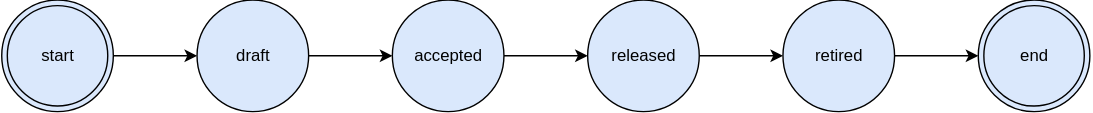
This is docs/assets/images/architecture/life-cycle-model-version.drawio.svg from Netbeheer-Nederland/data-products, a draw.io export, as it was before one commit. Source tidied: cells renumbered, new cells last; positions are measured from the earlier drawing's top-left corner, leaving out a move shared by most shapes. Its diagram source:
```xml
<mxGraphModel>
  <root>
    <mxCell id="0" />
    <mxCell id="1" parent="0" />
    <mxCell id="2" style="edgeStyle=orthogonalEdgeStyle;rounded=0;jettySize=auto;html=1;fillColor=#dae8fc;strokeColor=#000000;" parent="1" edge="1" source="3" target="6">
      <mxGeometry relative="1" as="geometry" />
    </mxCell>
    <mxCell id="3" value="start" style="ellipse;shape=doubleEllipse;whiteSpace=wrap;html=1;fillColor=#dae8fc;strokeColor=#000000;" parent="1" vertex="1">
      <mxGeometry width="80" height="80" as="geometry" />
    </mxCell>
    <mxCell id="4" value="end" style="ellipse;shape=doubleEllipse;whiteSpace=wrap;html=1;fillColor=#dae8fc;strokeColor=#000000;" parent="1" vertex="1">
      <mxGeometry x="700" width="80" height="80" as="geometry" />
    </mxCell>
    <mxCell id="5" style="edgeStyle=orthogonalEdgeStyle;rounded=0;jettySize=auto;html=1;fillColor=#dae8fc;strokeColor=#000000;" parent="1" edge="1" source="6" target="8">
      <mxGeometry relative="1" as="geometry" />
    </mxCell>
    <mxCell id="6" value="draft" style="ellipse;whiteSpace=wrap;html=1;fillColor=#dae8fc;strokeColor=#000000;" parent="1" vertex="1">
      <mxGeometry x="140" width="80" height="80" as="geometry" />
    </mxCell>
    <mxCell id="7" style="edgeStyle=orthogonalEdgeStyle;rounded=0;jettySize=auto;html=1;" parent="1" edge="1" source="8" target="10">
      <mxGeometry relative="1" as="geometry" />
    </mxCell>
    <mxCell id="8" value="accepted" style="ellipse;whiteSpace=wrap;html=1;fillColor=#dae8fc;strokeColor=#000000;" parent="1" vertex="1">
      <mxGeometry x="280" width="80" height="80" as="geometry" />
    </mxCell>
    <mxCell id="9" style="edgeStyle=orthogonalEdgeStyle;rounded=0;jettySize=auto;html=1;" parent="1" edge="1" source="10" target="12">
      <mxGeometry relative="1" as="geometry" />
    </mxCell>
    <mxCell id="10" value="released" style="ellipse;whiteSpace=wrap;html=1;fillColor=#dae8fc;strokeColor=#000000;" parent="1" vertex="1">
      <mxGeometry x="420" width="80" height="80" as="geometry" />
    </mxCell>
    <mxCell id="11" style="edgeStyle=orthogonalEdgeStyle;rounded=0;jettySize=auto;html=1;" parent="1" edge="1" source="12" target="4">
      <mxGeometry relative="1" as="geometry" />
    </mxCell>
    <mxCell id="12" value="retired" style="ellipse;whiteSpace=wrap;html=1;fillColor=#dae8fc;strokeColor=#000000;" parent="1" vertex="1">
      <mxGeometry x="560" width="80" height="80" as="geometry" />
    </mxCell>
  </root>
</mxGraphModel>
```
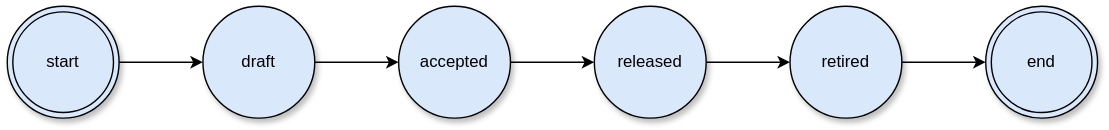
After the change.

Change to the diagram source:
```diff
@@ -2,37 +2,37 @@
   <root>
     <mxCell id="0" />
     <mxCell id="1" parent="0" />
-    <mxCell id="2" style="edgeStyle=orthogonalEdgeStyle;rounded=0;jettySize=auto;html=1;fillColor=#dae8fc;strokeColor=#000000;" parent="1" edge="1" source="3" target="6">
+    <mxCell id="2" style="edgeStyle=orthogonalEdgeStyle;rounded=0;jettySize=auto;html=1;fillColor=#dae8fc;strokeColor=#000000;shadow=0;" parent="1" edge="1" source="3" target="6">
       <mxGeometry relative="1" as="geometry" />
     </mxCell>
-    <mxCell id="3" value="start" style="ellipse;shape=doubleEllipse;whiteSpace=wrap;html=1;fillColor=#dae8fc;strokeColor=#000000;" parent="1" vertex="1">
+    <mxCell id="3" value="start" style="ellipse;shape=doubleEllipse;whiteSpace=wrap;html=1;fillColor=#dae8fc;strokeColor=#000000;shadow=1;" parent="1" vertex="1">
       <mxGeometry width="80" height="80" as="geometry" />
     </mxCell>
-    <mxCell id="4" value="end" style="ellipse;shape=doubleEllipse;whiteSpace=wrap;html=1;fillColor=#dae8fc;strokeColor=#000000;" parent="1" vertex="1">
+    <mxCell id="4" value="end" style="ellipse;shape=doubleEllipse;whiteSpace=wrap;html=1;fillColor=#dae8fc;strokeColor=#000000;shadow=1;" parent="1" vertex="1">
       <mxGeometry x="700" width="80" height="80" as="geometry" />
     </mxCell>
-    <mxCell id="5" style="edgeStyle=orthogonalEdgeStyle;rounded=0;jettySize=auto;html=1;fillColor=#dae8fc;strokeColor=#000000;" parent="1" edge="1" source="6" target="8">
+    <mxCell id="5" style="edgeStyle=orthogonalEdgeStyle;rounded=0;jettySize=auto;html=1;fillColor=#dae8fc;strokeColor=#000000;shadow=0;" parent="1" edge="1" source="6" target="8">
       <mxGeometry relative="1" as="geometry" />
     </mxCell>
-    <mxCell id="6" value="draft" style="ellipse;whiteSpace=wrap;html=1;fillColor=#dae8fc;strokeColor=#000000;" parent="1" vertex="1">
+    <mxCell id="6" value="draft" style="ellipse;whiteSpace=wrap;html=1;fillColor=#dae8fc;strokeColor=#000000;shadow=1;" parent="1" vertex="1">
       <mxGeometry x="140" width="80" height="80" as="geometry" />
     </mxCell>
-    <mxCell id="7" style="edgeStyle=orthogonalEdgeStyle;rounded=0;jettySize=auto;html=1;" parent="1" edge="1" source="8" target="10">
+    <mxCell id="7" style="edgeStyle=orthogonalEdgeStyle;rounded=0;jettySize=auto;html=1;shadow=0;" parent="1" edge="1" source="8" target="10">
       <mxGeometry relative="1" as="geometry" />
     </mxCell>
-    <mxCell id="8" value="accepted" style="ellipse;whiteSpace=wrap;html=1;fillColor=#dae8fc;strokeColor=#000000;" parent="1" vertex="1">
+    <mxCell id="8" value="accepted" style="ellipse;whiteSpace=wrap;html=1;fillColor=#dae8fc;strokeColor=#000000;shadow=1;" parent="1" vertex="1">
       <mxGeometry x="280" width="80" height="80" as="geometry" />
     </mxCell>
-    <mxCell id="9" style="edgeStyle=orthogonalEdgeStyle;rounded=0;jettySize=auto;html=1;" parent="1" edge="1" source="10" target="12">
+    <mxCell id="9" style="edgeStyle=orthogonalEdgeStyle;rounded=0;jettySize=auto;html=1;shadow=0;" parent="1" edge="1" source="10" target="12">
       <mxGeometry relative="1" as="geometry" />
     </mxCell>
-    <mxCell id="10" value="released" style="ellipse;whiteSpace=wrap;html=1;fillColor=#dae8fc;strokeColor=#000000;" parent="1" vertex="1">
+    <mxCell id="10" value="released" style="ellipse;whiteSpace=wrap;html=1;fillColor=#dae8fc;strokeColor=#000000;shadow=1;" parent="1" vertex="1">
       <mxGeometry x="420" width="80" height="80" as="geometry" />
     </mxCell>
-    <mxCell id="11" style="edgeStyle=orthogonalEdgeStyle;rounded=0;jettySize=auto;html=1;" parent="1" edge="1" source="12" target="4">
+    <mxCell id="11" style="edgeStyle=orthogonalEdgeStyle;rounded=0;jettySize=auto;html=1;shadow=0;" parent="1" edge="1" source="12" target="4">
       <mxGeometry relative="1" as="geometry" />
     </mxCell>
-    <mxCell id="12" value="retired" style="ellipse;whiteSpace=wrap;html=1;fillColor=#dae8fc;strokeColor=#000000;" parent="1" vertex="1">
+    <mxCell id="12" value="retired" style="ellipse;whiteSpace=wrap;html=1;fillColor=#dae8fc;strokeColor=#000000;shadow=1;" parent="1" vertex="1">
       <mxGeometry x="560" width="80" height="80" as="geometry" />
     </mxCell>
   </root>
```
